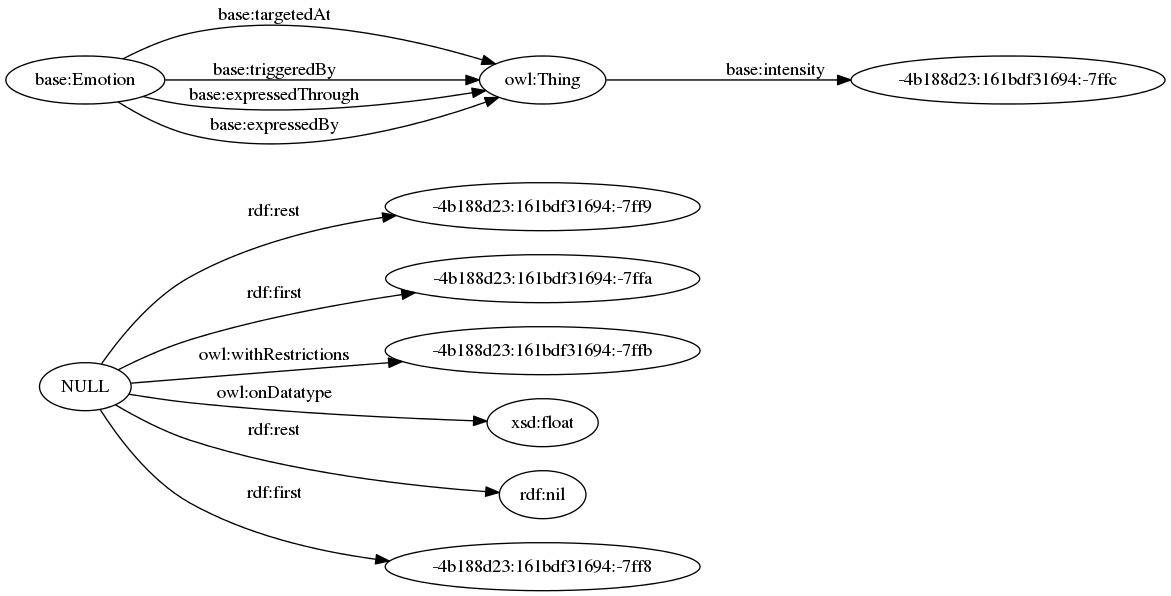
The Graphviz diagram OnToology/HEO.owl/diagrams/ar2dtool-class/HEO.owl.png in OnToologyUser/Propsed-Ontology-Huam-Affective-States-Ontology-and-their-influences-HASIO-, before a commit. Its source is kept beside it as OnToology/HEO.owl/diagrams/ar2dtool-class/HEO.owl.png.dot.
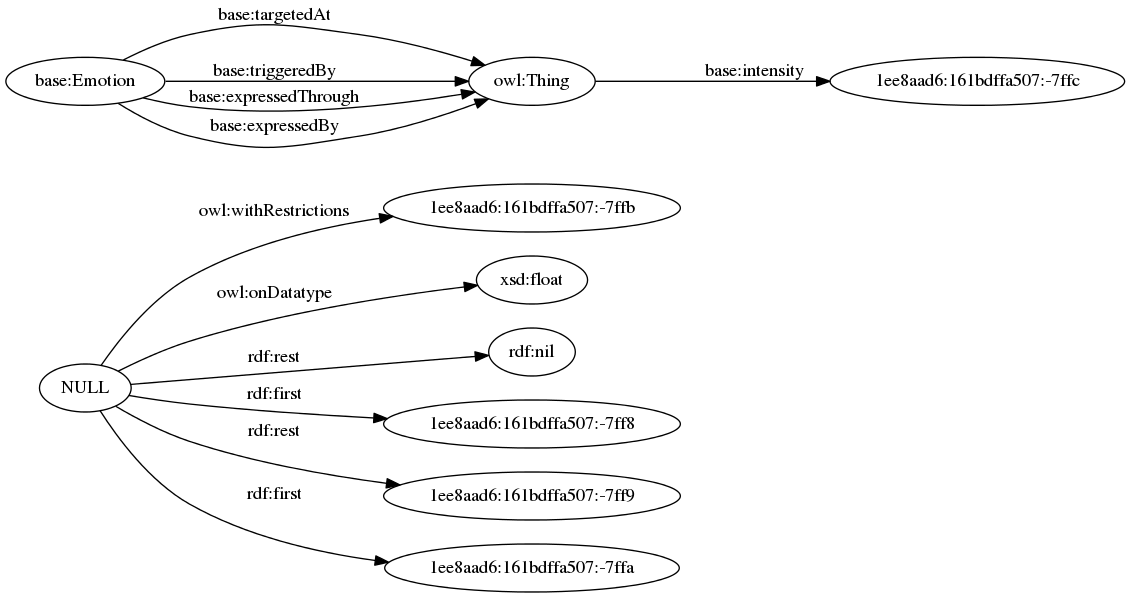
The same diagram one commit later.

What changed in the source:
```diff
@@ -1,14 +1,14 @@
 digraph ar2dtool_diagram {
 rankdir=LR;
 size="1501"
-	"NULL" -> "-4b188d23:161bdf31694:-7ff9" [ label = "rdf:rest" ];
-	"NULL" -> "-4b188d23:161bdf31694:-7ffa" [ label = "rdf:first" ];
-	"NULL" -> "-4b188d23:161bdf31694:-7ffb" [ label = "owl:withRestrictions" ];
+	"NULL" -> "1ee8aad6:161bdffa507:-7ffb" [ label = "owl:withRestrictions" ];
 	"NULL" -> "xsd:float" [ label = "owl:onDatatype" ];
 	"NULL" -> "rdf:nil" [ label = "rdf:rest" ];
-	"NULL" -> "-4b188d23:161bdf31694:-7ff8" [ label = "rdf:first" ];
+	"NULL" -> "1ee8aad6:161bdffa507:-7ff8" [ label = "rdf:first" ];
+	"NULL" -> "1ee8aad6:161bdffa507:-7ff9" [ label = "rdf:rest" ];
+	"NULL" -> "1ee8aad6:161bdffa507:-7ffa" [ label = "rdf:first" ];
 	"base:Emotion" -> "owl:Thing" [ label = "base:targetedAt" ];
-	"owl:Thing" -> "-4b188d23:161bdf31694:-7ffc" [ label = "base:intensity" ];
+	"owl:Thing" -> "1ee8aad6:161bdffa507:-7ffc" [ label = "base:intensity" ];
 	"base:Emotion" -> "owl:Thing" [ label = "base:triggeredBy" ];
 	"base:Emotion" -> "owl:Thing" [ label = "base:expressedThrough" ];
 	"base:Emotion" -> "owl:Thing" [ label = "base:expressedBy" ];
```
